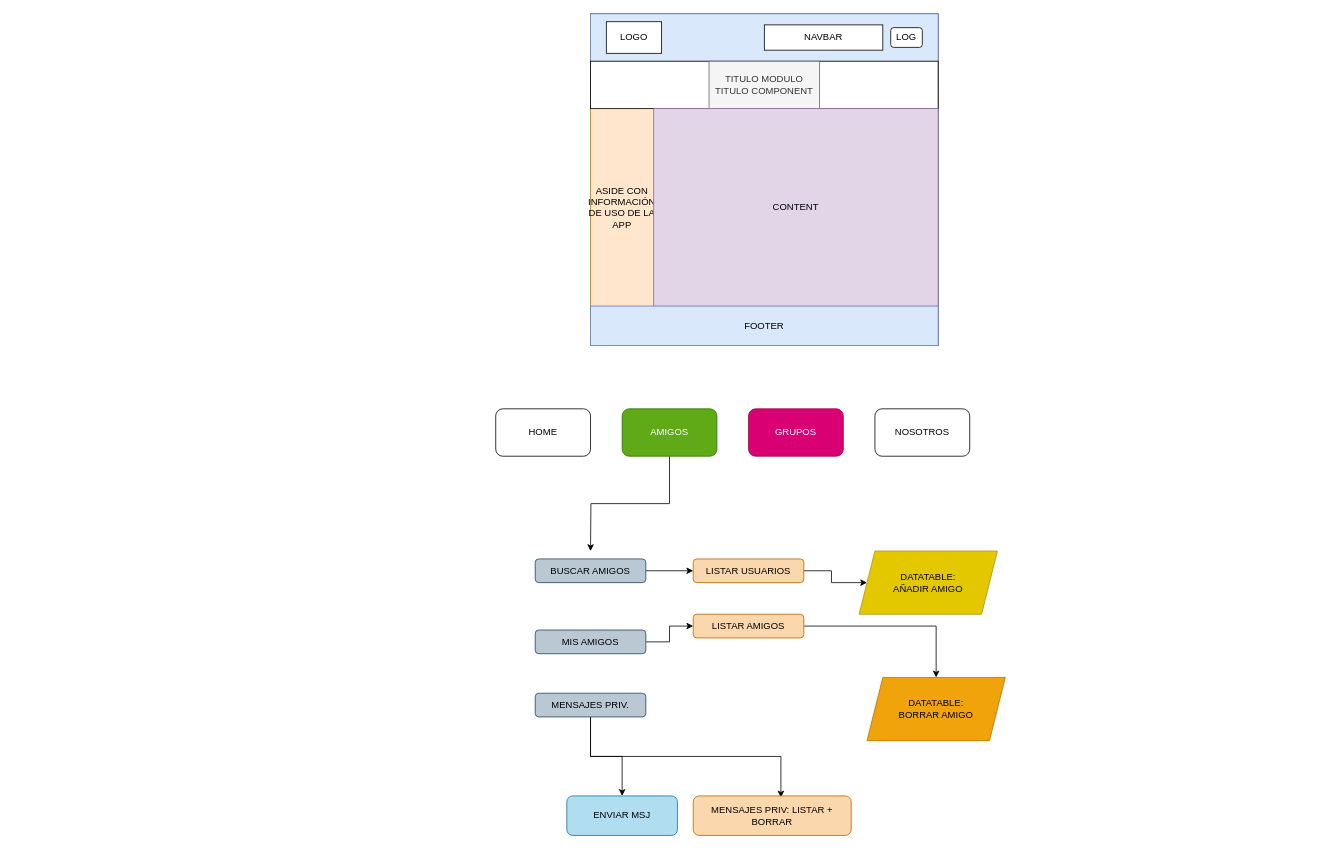
Above: DIAGRAMA_MAPA_VISTAS.drawio in Amc210/Proyecto-Final (draw.io), before the change. Source tidied: cells renumbered, new cells numbered last; positions are measured from the earlier drawing's top-left corner, leaving out a move shared by most shapes. Both pictures are drawn from the tidied source at 79%, with x=0, y=0 at pixel (495, 13).
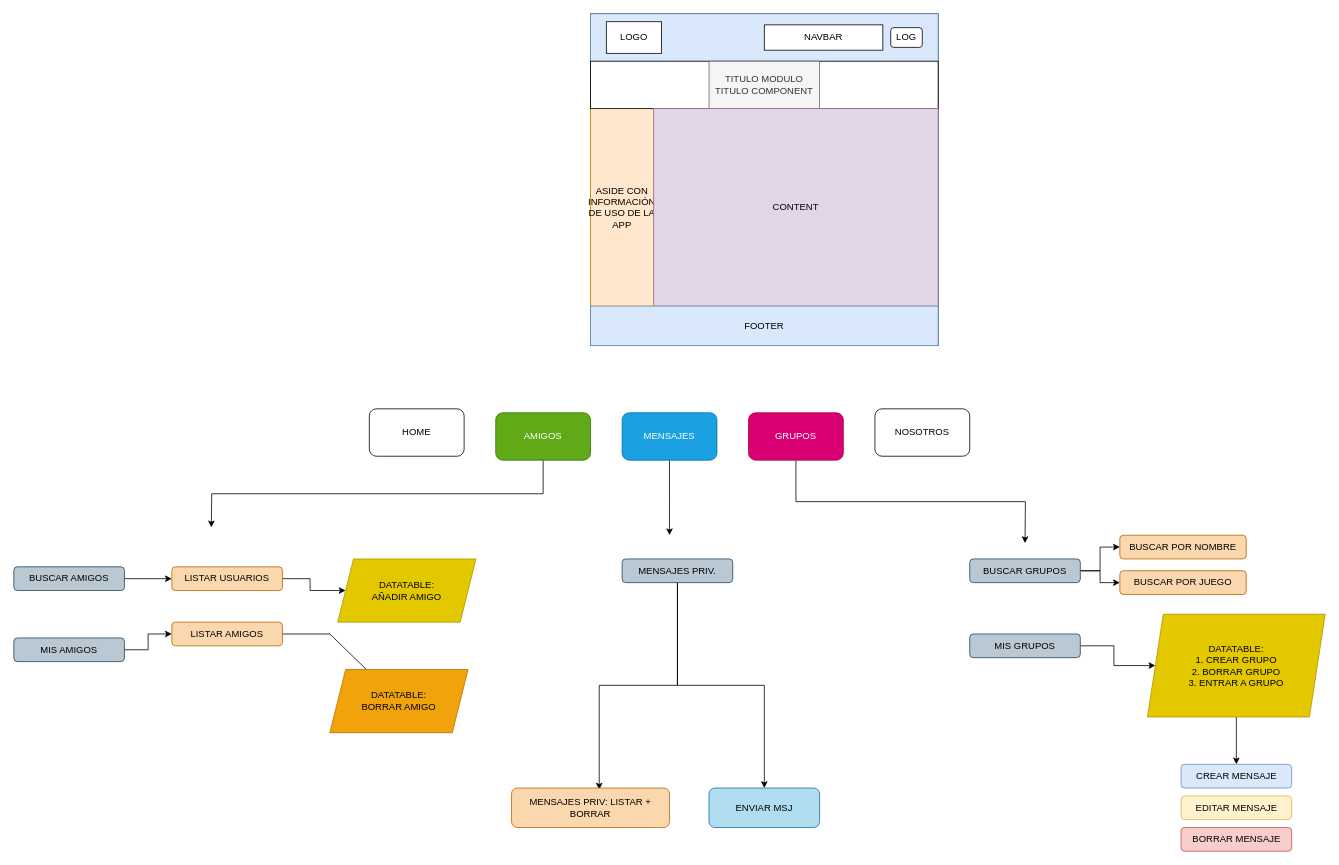
Above is the later version.

The edit, as a diff of the source:
```diff
@@
-    <mxCell id="12" style="edgeStyle=orthogonalEdgeStyle;rounded=0;jettySize=auto;html=1;exitX=0.5;exitY=1;exitDx=0;exitDy=0;" parent="1" edge="1" source="13">
-      <mxGeometry relative="1" as="geometry">
-        <mxPoint x="120" y="680" as="targetPoint" />
-      </mxGeometry>
-    </mxCell>
+    <mxCell id="32" style="edgeStyle=orthogonalEdgeStyle;rounded=0;jettySize=auto;html=1;exitX=0.5;exitY=1;exitDx=0;exitDy=0;" parent="1" edge="1" source="13">
+      <mxGeometry relative="1" as="geometry">
+        <mxPoint x="-360" y="650" as="targetPoint" />
+      </mxGeometry>
+    </mxCell>
     <mxCell id="13" value="AMIGOS" style="rounded=1;whiteSpace=wrap;html=1;fillColor=#60a917;strokeColor=#2D7600;fontColor=#ffffff;" parent="1" vertex="1">
-      <mxGeometry x="160" y="500" width="120" height="60" as="geometry" />
+      <mxGeometry y="505" width="120" height="60" as="geometry" />
     </mxCell>
+    <mxCell id="33" style="edgeStyle=orthogonalEdgeStyle;rounded=0;jettySize=auto;html=1;exitX=0.5;exitY=1;exitDx=0;exitDy=0;" parent="1" edge="1" source="14">
+      <mxGeometry relative="1" as="geometry">
+        <mxPoint x="670" y="670" as="targetPoint" />
+      </mxGeometry>
+    </mxCell>
     <mxCell id="14" value="GRUPOS" style="rounded=1;whiteSpace=wrap;html=1;fillColor=#d80073;strokeColor=#A50040;fontColor=#ffffff;" parent="1" vertex="1">
-      <mxGeometry x="320" y="500" width="120" height="60" as="geometry" />
+      <mxGeometry x="320" y="505" width="120" height="60" as="geometry" />
     </mxCell>
     <mxCell id="15" value="HOME" style="rounded=1;whiteSpace=wrap;html=1;" parent="1" vertex="1">
-      <mxGeometry y="500" width="120" height="60" as="geometry" />
+      <mxGeometry x="-160" y="500" width="120" height="60" as="geometry" />
     </mxCell>
@@
     <mxCell id="18" value="BUSCAR AMIGOS" style="rounded=1;whiteSpace=wrap;html=1;fillColor=#bac8d3;strokeColor=#23445d;" parent="1" vertex="1">
-      <mxGeometry x="50" y="690" width="140" height="30" as="geometry" />
+      <mxGeometry x="-610" y="700" width="140" height="30" as="geometry" />
     </mxCell>
@@
     <mxCell id="20" value="MIS AMIGOS" style="rounded=1;whiteSpace=wrap;html=1;fillColor=#bac8d3;strokeColor=#23445d;" parent="1" vertex="1">
-      <mxGeometry x="50" y="780" width="140" height="30" as="geometry" />
+      <mxGeometry x="-610" y="790" width="140" height="30" as="geometry" />
     </mxCell>
     <mxCell id="21" style="edgeStyle=orthogonalEdgeStyle;rounded=0;jettySize=auto;html=1;exitX=1;exitY=0.5;exitDx=0;exitDy=0;" parent="1" edge="1" source="22" target="29">
-      <mxGeometry relative="1" as="geometry" />
+      <mxGeometry relative="1" as="geometry">
+        <Array as="points">
+          <mxPoint x="-210" y="785" />
+          <mxPoint x="-210" y="890" />
+        </Array>
+      </mxGeometry>
     </mxCell>
     <mxCell id="22" value="LISTAR AMIGOS" style="rounded=1;whiteSpace=wrap;html=1;fillColor=#fad7ac;strokeColor=#b46504;" parent="1" vertex="1">
-      <mxGeometry x="250" y="760" width="140" height="30" as="geometry" />
+      <mxGeometry x="-410" y="770" width="140" height="30" as="geometry" />
     </mxCell>
@@
     <mxCell id="25" value="MENSAJES PRIV." style="rounded=1;whiteSpace=wrap;html=1;fillColor=#bac8d3;strokeColor=#23445d;" parent="1" vertex="1">
-      <mxGeometry x="50" y="860" width="140" height="30" as="geometry" />
+      <mxGeometry x="160" y="690" width="140" height="30" as="geometry" />
     </mxCell>
@@
     <mxCell id="27" value="LISTAR USUARIOS" style="rounded=1;whiteSpace=wrap;html=1;fillColor=#fad7ac;strokeColor=#b46504;" parent="1" vertex="1">
-      <mxGeometry x="250" y="690" width="140" height="30" as="geometry" />
+      <mxGeometry x="-410" y="700" width="140" height="30" as="geometry" />
     </mxCell>
     <mxCell id="28" value="DATATABLE:&lt;br&gt;AÑADIR AMIGO" style="shape=parallelogram;perimeter=parallelogramPerimeter;whiteSpace=wrap;html=1;fixedSize=1;fillColor=#e3c800;strokeColor=#B09500;fontColor=#000000;" parent="1" vertex="1">
-      <mxGeometry x="460" y="680" width="175" height="80" as="geometry" />
+      <mxGeometry x="-200" y="690" width="175" height="80" as="geometry" />
     </mxCell>
     <mxCell id="29" value="DATATABLE:&lt;br&gt;BORRAR AMIGO" style="shape=parallelogram;perimeter=parallelogramPerimeter;whiteSpace=wrap;html=1;fixedSize=1;fillColor=#f0a30a;strokeColor=#BD7000;fontColor=#000000;" parent="1" vertex="1">
-      <mxGeometry x="470" y="840" width="175" height="80" as="geometry" />
+      <mxGeometry x="-210" y="830" width="175" height="80" as="geometry" />
     </mxCell>
     <mxCell id="30" value="MENSAJES PRIV: LISTAR + BORRAR" style="rounded=1;whiteSpace=wrap;html=1;fillColor=#fad7ac;strokeColor=#b46504;" parent="1" vertex="1">
-      <mxGeometry x="250" y="990" width="200" height="50" as="geometry" />
+      <mxGeometry x="20" y="980" width="200" height="50" as="geometry" />
     </mxCell>
     <mxCell id="31" value="ENVIAR MSJ" style="rounded=1;whiteSpace=wrap;html=1;fillColor=#b1ddf0;strokeColor=#10739e;" parent="1" vertex="1">
-      <mxGeometry x="90" y="990" width="140" height="50" as="geometry" />
+      <mxGeometry x="270" y="980" width="140" height="50" as="geometry" />
     </mxCell>
+    <mxCell id="34" style="edgeStyle=orthogonalEdgeStyle;rounded=0;jettySize=auto;html=1;exitX=1;exitY=0.5;exitDx=0;exitDy=0;" parent="1" edge="1" source="36" target="37">
+      <mxGeometry relative="1" as="geometry" />
+    </mxCell>
+    <mxCell id="35" style="edgeStyle=orthogonalEdgeStyle;rounded=0;jettySize=auto;html=1;exitX=1;exitY=0.5;exitDx=0;exitDy=0;entryX=0;entryY=0.5;entryDx=0;entryDy=0;" parent="1" edge="1" source="36" target="38">
+      <mxGeometry relative="1" as="geometry" />
+    </mxCell>
+    <mxCell id="36" value="BUSCAR GRUPOS" style="rounded=1;whiteSpace=wrap;html=1;fillColor=#bac8d3;strokeColor=#23445d;" parent="1" vertex="1">
+      <mxGeometry x="600" y="690" width="140" height="30" as="geometry" />
+    </mxCell>
+    <mxCell id="37" value="BUSCAR POR NOMBRE" style="rounded=1;whiteSpace=wrap;html=1;fillColor=#fad7ac;strokeColor=#b46504;" parent="1" vertex="1">
+      <mxGeometry x="790" y="660" width="160" height="30" as="geometry" />
+    </mxCell>
+    <mxCell id="38" value="BUSCAR POR JUEGO" style="rounded=1;whiteSpace=wrap;html=1;fillColor=#fad7ac;strokeColor=#b46504;" parent="1" vertex="1">
+      <mxGeometry x="790" y="705" width="160" height="30" as="geometry" />
+    </mxCell>
+    <mxCell id="39" style="edgeStyle=orthogonalEdgeStyle;rounded=0;jettySize=auto;html=1;exitX=1;exitY=0.5;exitDx=0;exitDy=0;entryX=0;entryY=0.5;entryDx=0;entryDy=0;" parent="1" edge="1" source="40" target="42">
+      <mxGeometry relative="1" as="geometry" />
+    </mxCell>
+    <mxCell id="40" value="MIS GRUPOS" style="rounded=1;whiteSpace=wrap;html=1;fillColor=#bac8d3;strokeColor=#23445d;" parent="1" vertex="1">
+      <mxGeometry x="600" y="785" width="140" height="30" as="geometry" />
+    </mxCell>
+    <mxCell id="41" style="edgeStyle=orthogonalEdgeStyle;rounded=0;jettySize=auto;html=1;exitX=0.5;exitY=1;exitDx=0;exitDy=0;entryX=0.5;entryY=0;entryDx=0;entryDy=0;" parent="1" edge="1" source="42" target="45">
+      <mxGeometry relative="1" as="geometry" />
+    </mxCell>
+    <mxCell id="42" value="DATATABLE:&lt;br&gt;1. CREAR GRUPO&lt;br&gt;2. BORRAR GRUPO&lt;br&gt;3. ENTRAR A GRUPO" style="shape=parallelogram;perimeter=parallelogramPerimeter;whiteSpace=wrap;html=1;fixedSize=1;fillColor=#e3c800;strokeColor=#B09500;fontColor=#000000;" parent="1" vertex="1">
+      <mxGeometry x="825" y="760" width="225" height="130" as="geometry" />
+    </mxCell>
+    <mxCell id="43" style="edgeStyle=orthogonalEdgeStyle;rounded=0;jettySize=auto;html=1;exitX=0.5;exitY=1;exitDx=0;exitDy=0;" parent="1" edge="1" source="44">
+      <mxGeometry relative="1" as="geometry">
+        <mxPoint x="220" y="660" as="targetPoint" />
+      </mxGeometry>
+    </mxCell>
+    <mxCell id="44" value="MENSAJES" style="rounded=1;whiteSpace=wrap;html=1;fillColor=#1ba1e2;strokeColor=#006EAF;fontColor=#ffffff;" parent="1" vertex="1">
+      <mxGeometry x="160" y="505" width="120" height="60" as="geometry" />
+    </mxCell>
+    <mxCell id="45" value="CREAR MENSAJE" style="rounded=1;whiteSpace=wrap;html=1;fillColor=#dae8fc;strokeColor=#6c8ebf;" parent="1" vertex="1">
+      <mxGeometry x="867.5" y="950" width="140" height="30" as="geometry" />
+    </mxCell>
+    <mxCell id="46" value="EDITAR MENSAJE" style="rounded=1;whiteSpace=wrap;html=1;fillColor=#fff2cc;strokeColor=#d6b656;" parent="1" vertex="1">
+      <mxGeometry x="867.5" y="990" width="140" height="30" as="geometry" />
+    </mxCell>
+    <mxCell id="47" value="BORRAR MENSAJE" style="rounded=1;whiteSpace=wrap;html=1;fillColor=#f8cecc;strokeColor=#b85450;" parent="1" vertex="1">
+      <mxGeometry x="867.5" y="1030" width="140" height="30" as="geometry" />
+    </mxCell>
```
